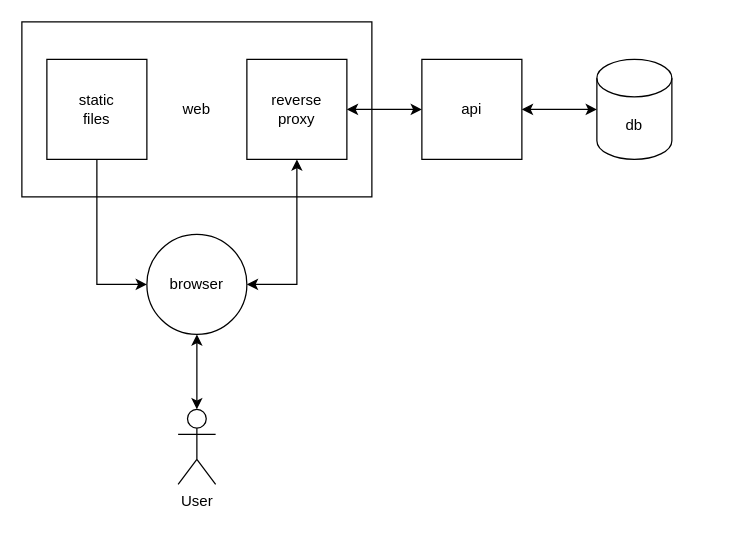
Before: doc/app-diagram.drawio in cmg2146/webauthn-test-web, a draw.io diagram. Source tidied: cells renumbered, new cells numbered last; positions are measured from the earlier drawing's top-left corner, leaving out a move shared by most shapes. Both pictures are drawn from the tidied source at 125%, with x=0, y=0 at pixel (21, 21).
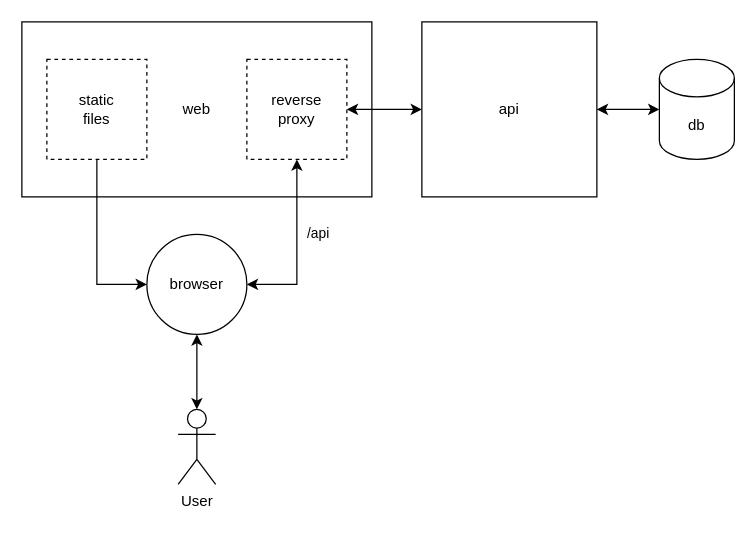
After the change.

The edit, as a diff of the source:
```diff
@@
 <mxGraphModel>
   <root>
     <mxCell id="0" />
     <mxCell id="1" parent="0" />
     <mxCell id="2" value="db" style="shape=cylinder3;whiteSpace=wrap;html=1;boundedLbl=1;backgroundOutline=1;size=15;" parent="1" vertex="1">
-      <mxGeometry x="460" y="30" width="60" height="80" as="geometry" />
+      <mxGeometry x="510" y="30" width="60" height="80" as="geometry" />
     </mxCell>
     <mxCell id="3" value="api" style="whiteSpace=wrap;html=1;" parent="1" vertex="1">
-      <mxGeometry x="320" y="30" width="80" height="80" as="geometry" />
+      <mxGeometry x="320" width="140" height="140" as="geometry" />
     </mxCell>
     <mxCell id="4" value="User" style="shape=umlActor;verticalLabelPosition=bottom;verticalAlign=top;html=1;outlineConnect=0;" parent="1" vertex="1">
       <mxGeometry x="125" y="310" width="30" height="60" as="geometry" />
     </mxCell>
     <mxCell id="5" style="endArrow=classic;startArrow=classic;html=1;rounded=0;entryX=0;entryY=0.5;entryDx=0;entryDy=0;entryPerimeter=0;exitX=1;exitY=0.5;exitDx=0;exitDy=0;" parent="1" edge="1" source="3" target="2">
       <mxGeometry relative="1" as="geometry" />
     </mxCell>
     <mxCell id="6" value="web" style="rounded=0;whiteSpace=wrap;html=1;" parent="1" vertex="1">
       <mxGeometry width="280" height="140" as="geometry" />
     </mxCell>
-    <mxCell id="7" value="static&lt;br&gt;files" style="whiteSpace=wrap;html=1;" parent="1" vertex="1">
+    <mxCell id="7" value="static&lt;br&gt;files" style="whiteSpace=wrap;html=1;dashed=1;" parent="1" vertex="1">
       <mxGeometry x="20" y="30" width="80" height="80" as="geometry" />
     </mxCell>
-    <mxCell id="8" value="reverse&lt;br&gt;proxy" style="whiteSpace=wrap;html=1;" parent="1" vertex="1">
+    <mxCell id="8" value="reverse&lt;br&gt;proxy" style="whiteSpace=wrap;html=1;dashed=1;" parent="1" vertex="1">
       <mxGeometry x="180" y="30" width="80" height="80" as="geometry" />
     </mxCell>
     <mxCell id="9" style="endArrow=classic;startArrow=classic;html=1;rounded=0;exitX=1;exitY=0.5;exitDx=0;exitDy=0;entryX=0;entryY=0.5;entryDx=0;entryDy=0;" parent="1" edge="1" source="8" target="3">
       <mxGeometry relative="1" as="geometry" />
     </mxCell>
     <mxCell id="10" value="browser" style="ellipse;whiteSpace=wrap;html=1;" parent="1" vertex="1">
       <mxGeometry x="100" y="170" width="80" height="80" as="geometry" />
     </mxCell>
     <mxCell id="11" style="endArrow=classic;startArrow=classic;html=1;rounded=0;entryX=0.5;entryY=1;entryDx=0;entryDy=0;" parent="1" edge="1" source="4" target="10">
       <mxGeometry relative="1" as="geometry" />
     </mxCell>
     <mxCell id="12" style="endArrow=classic;startArrow=classic;html=1;rounded=0;exitX=1;exitY=0.5;exitDx=0;exitDy=0;entryX=0.5;entryY=1;entryDx=0;entryDy=0;" parent="1" edge="1" source="10" target="8">
       <mxGeometry relative="1" as="geometry">
         <Array as="points">
           <mxPoint x="220" y="210" />
         </Array>
       </mxGeometry>
     </mxCell>
+    <mxCell id="14" value="/api" style="edgeLabel;html=1;align=center;verticalAlign=middle;" parent="12" vertex="1">
+      <mxGeometry x="0.01" y="-1" relative="1" as="geometry">
+        <mxPoint x="15" y="-11" as="offset" />
+      </mxGeometry>
+    </mxCell>
     <mxCell id="13" style="endArrow=classic;html=1;rounded=0;entryX=0;entryY=0.5;entryDx=0;entryDy=0;exitX=0.5;exitY=1;exitDx=0;exitDy=0;" parent="1" edge="1" source="7" target="10">
       <mxGeometry relative="1" as="geometry">
         <Array as="points">
           <mxPoint x="60" y="210" />
         </Array>
       </mxGeometry>
     </mxCell>
   </root>
 </mxGraphModel>
```
